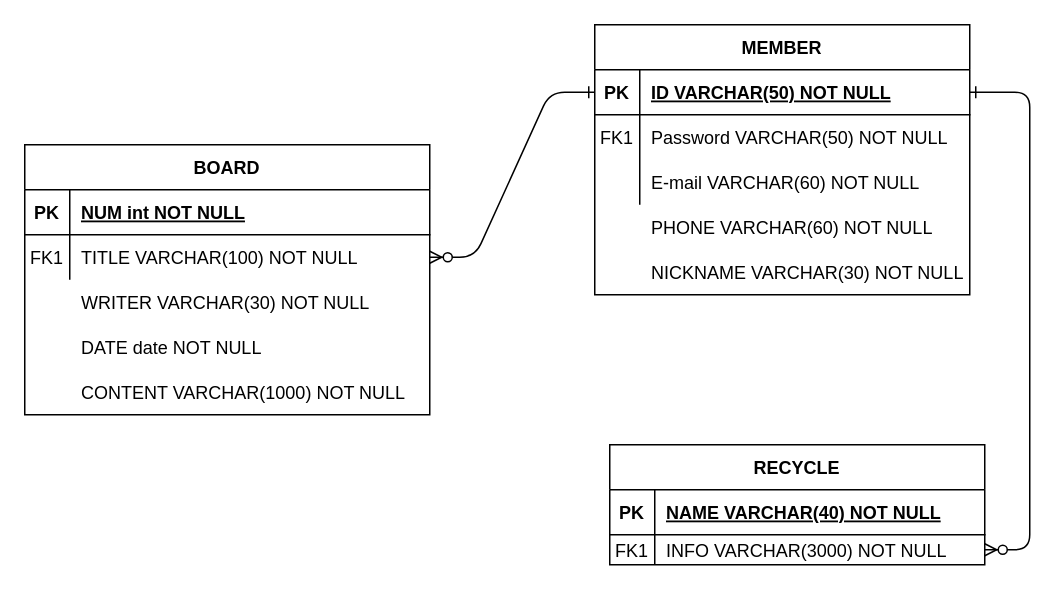
Above: recycleDB.drawio in jgy2808/TERM_Project (draw.io), before the change. Source tidied: cells renumbered, new cells numbered last; positions are measured from the earlier drawing's top-left corner, leaving out a move shared by most shapes. Both pictures are drawn from the tidied source at 150%, with x=0, y=0 at pixel (24, 24).
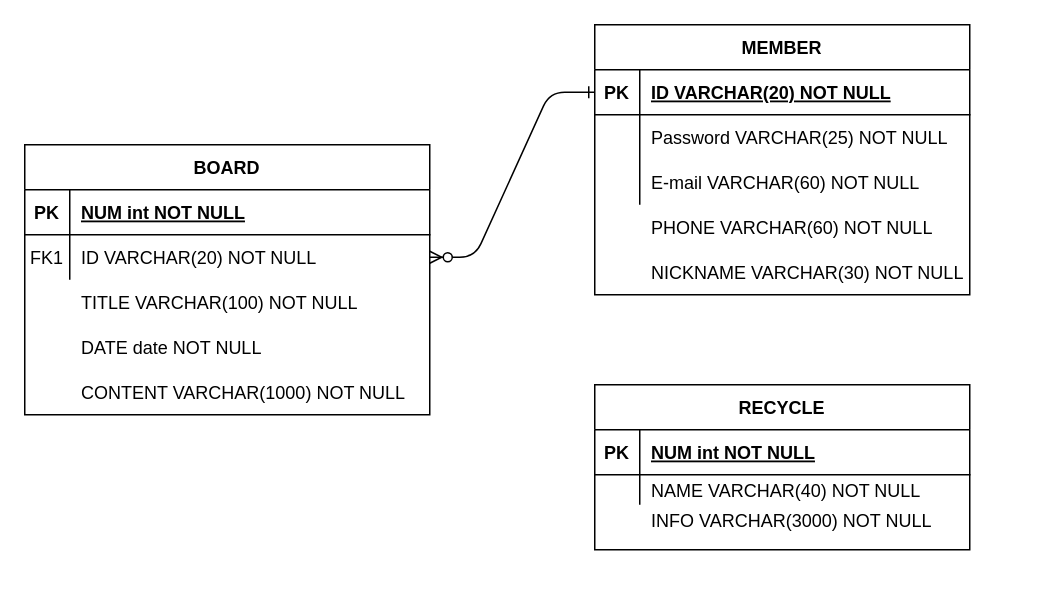
After the change.

Unchanged cells that the change refers to:
```xml
<mxCell id="5" style="shape=partialRectangle;fillColor=none;points=[[0,0.5],[1,0.5]];portConstraint=eastwest;top=0;left=0;right=0;bottom=1;" parent="4" vertex="1">
  <mxGeometry y="30" width="250" height="30" as="geometry" />
</mxCell>
<mxCell id="8" style="shape=partialRectangle;fillColor=none;top=0;left=0;right=0;bottom=0;" parent="4" vertex="1">
  <mxGeometry y="60" width="250" height="30" as="geometry" />
</mxCell>
<mxCell id="15" style="shape=partialRectangle;fillColor=none;top=0;left=0;right=0;bottom=1;" parent="14" vertex="1">
  <mxGeometry y="30" width="250" height="30" as="geometry" />
</mxCell>
<mxCell id="18" style="shape=partialRectangle;fillColor=none;points=[[0,0.5],[1,0.5]];portConstraint=eastwest;top=0;left=0;right=0;bottom=0;" parent="14" vertex="1">
  <mxGeometry y="60" width="250" height="20" as="geometry" />
</mxCell>
<mxCell id="25" style="shape=partialRectangle;fillColor=none;points=[[0,0.5],[1,0.5]];portConstraint=eastwest;top=0;left=0;right=0;bottom=0;" parent="21" vertex="1">
  <mxGeometry y="60" width="270" height="30" as="geometry" />
</mxCell>
```

Change to the diagram source:
```diff
@@
-    <mxCell id="3" style="edgeStyle=entityRelationEdgeStyle;endArrow=ERzeroToMany;startArrow=ERone;endFill=1;startFill=0;" parent="1" edge="1" source="5" target="18">
-      <mxGeometry relative="1" as="geometry" />
-    </mxCell>
@@
-    <mxCell id="7" value="ID VARCHAR(50) NOT NULL" style="shape=partialRectangle;overflow=hidden;fillColor=none;top=0;left=0;bottom=0;right=0;align=left;spacingLeft=6;fontStyle=5;" parent="5" vertex="1">
+    <mxCell id="7" value="ID VARCHAR(20) NOT NULL" style="shape=partialRectangle;overflow=hidden;fillColor=none;top=0;left=0;bottom=0;right=0;align=left;spacingLeft=6;fontStyle=5;" parent="5" vertex="1">
       <mxGeometry x="30" width="220" height="30" as="geometry" />
     </mxCell>
@@
-    <mxCell id="9" value="FK1" style="shape=partialRectangle;overflow=hidden;fillColor=none;top=0;left=0;bottom=0;right=0;" parent="8" vertex="1">
+    <mxCell id="9" style="shape=partialRectangle;overflow=hidden;fillColor=none;top=0;left=0;bottom=0;right=0;" parent="8" vertex="1">
       <mxGeometry width="30" height="30" as="geometry" />
     </mxCell>
-    <mxCell id="10" value="Password VARCHAR(50) NOT NULL" style="shape=partialRectangle;overflow=hidden;fillColor=none;top=0;left=0;bottom=0;right=0;align=left;spacingLeft=6;" parent="8" vertex="1">
+    <mxCell id="10" value="Password VARCHAR(25) NOT NULL" style="shape=partialRectangle;overflow=hidden;fillColor=none;top=0;left=0;bottom=0;right=0;align=left;spacingLeft=6;" parent="8" vertex="1">
       <mxGeometry x="30" width="220" height="30" as="geometry" />
     </mxCell>
@@
     <mxCell id="14" value="RECYCLE" style="shape=table;startSize=30;childLayout=tableLayout;rowLines=0;fontStyle=1;align=center;" parent="1" vertex="1">
-      <mxGeometry x="390" y="280" width="250" height="80" as="geometry" />
+      <mxGeometry x="380" y="240" width="250" height="110" as="geometry" />
     </mxCell>
@@
-    <mxCell id="17" value="NAME VARCHAR(40) NOT NULL" style="shape=partialRectangle;overflow=hidden;fillColor=none;top=0;left=0;bottom=0;right=0;align=left;spacingLeft=6;fontStyle=5;" parent="15" vertex="1">
+    <mxCell id="17" value="NUM int NOT NULL" style="shape=partialRectangle;overflow=hidden;fillColor=none;top=0;left=0;bottom=0;right=0;align=left;spacingLeft=6;fontStyle=5;" parent="15" vertex="1">
       <mxGeometry x="30" width="220" height="30" as="geometry" />
     </mxCell>
@@
-    <mxCell id="19" value="FK1" style="shape=partialRectangle;overflow=hidden;fillColor=none;top=0;left=0;bottom=0;right=0;" parent="18" vertex="1">
+    <mxCell id="19" style="shape=partialRectangle;overflow=hidden;fillColor=none;top=0;left=0;bottom=0;right=0;" parent="18" vertex="1">
       <mxGeometry width="30" height="20" as="geometry" />
     </mxCell>
-    <mxCell id="20" value="INFO VARCHAR(3000) NOT NULL " style="shape=partialRectangle;overflow=hidden;fillColor=none;top=0;left=0;bottom=0;right=0;align=left;spacingLeft=6;" parent="18" vertex="1">
+    <mxCell id="20" value="NAME VARCHAR(40) NOT NULL" style="shape=partialRectangle;overflow=hidden;fillColor=none;top=0;left=0;bottom=0;right=0;align=left;spacingLeft=6;" parent="18" vertex="1">
       <mxGeometry x="30" width="220" height="20" as="geometry" />
     </mxCell>
@@
-    <mxCell id="27" value="TITLE VARCHAR(100) NOT NULL" style="shape=partialRectangle;overflow=hidden;fillColor=none;top=0;left=0;bottom=0;right=0;align=left;spacingLeft=6;" parent="25" vertex="1">
+    <mxCell id="27" value="ID VARCHAR(20) NOT NULL" style="shape=partialRectangle;overflow=hidden;fillColor=none;top=0;left=0;bottom=0;right=0;align=left;spacingLeft=6;" parent="25" vertex="1">
       <mxGeometry x="30" width="240" height="30" as="geometry" />
     </mxCell>
@@
-    <mxCell id="30" value="WRITER VARCHAR(30) NOT NULL" style="shape=partialRectangle;overflow=hidden;fillColor=none;top=0;left=0;bottom=0;right=0;align=left;spacingLeft=6;" parent="1" vertex="1">
+    <mxCell id="30" value="TITLE VARCHAR(100) NOT NULL" style="shape=partialRectangle;overflow=hidden;fillColor=none;top=0;left=0;bottom=0;right=0;align=left;spacingLeft=6;" parent="1" vertex="1">
       <mxGeometry x="30" y="170" width="220" height="30" as="geometry" />
     </mxCell>
@@
+    <mxCell id="33" value="INFO VARCHAR(3000) NOT NULL " style="shape=partialRectangle;overflow=hidden;fillColor=none;top=0;left=0;bottom=0;right=0;align=left;spacingLeft=6;" parent="1" vertex="1">
+      <mxGeometry x="410" y="320" width="220" height="20" as="geometry" />
+    </mxCell>
```
